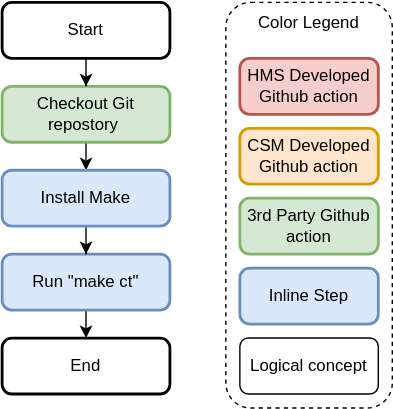
Earlier version of the draw.io export docs/run_ct_test/run_ct_tests_job.svg (Cray-HPE/hms-build-image-workflows). Source tidied: cells renumbered, new cells last; positions are measured from the earlier drawing's top-left corner, leaving out a move shared by most shapes.
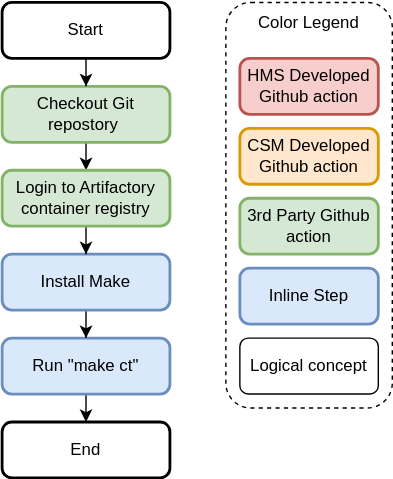
The same diagram one commit later.

Change to the diagram source:
```diff
@@ -2,55 +2,61 @@
   <root>
     <mxCell id="0" />
     <mxCell id="1" parent="0" />
-    <mxCell id="2" style="edgeStyle=orthogonalEdgeStyle;rounded=0;jettySize=auto;html=1;exitX=0.5;exitY=1;exitDx=0;exitDy=0;entryX=0.5;entryY=0;entryDx=0;entryDy=0;" parent="1" edge="1" source="3">
-      <mxGeometry relative="1" as="geometry">
-        <mxPoint x="60" y="120" as="targetPoint" />
-      </mxGeometry>
+    <mxCell id="2" style="rounded=1;whiteSpace=wrap;html=1;dashed=1;" parent="1" vertex="1">
+      <mxGeometry x="780" width="119" height="290" as="geometry" />
     </mxCell>
-    <mxCell id="3" value="&lt;span&gt;Checkout Git repostory&amp;nbsp;&lt;/span&gt;" style="rounded=1;whiteSpace=wrap;html=1;absoluteArcSize=1;arcSize=14;strokeWidth=2;fillColor=#d5e8d4;strokeColor=#82b366;" parent="1" vertex="1">
-      <mxGeometry y="60" width="120" height="40" as="geometry" />
+    <mxCell id="3" value="3rd Party Github action" style="rounded=1;whiteSpace=wrap;html=1;absoluteArcSize=1;arcSize=14;strokeWidth=2;fillColor=#d5e8d4;strokeColor=#82b366;" parent="1" vertex="1">
+      <mxGeometry x="790" y="140" width="99" height="40" as="geometry" />
     </mxCell>
-    <mxCell id="4" style="edgeStyle=orthogonalEdgeStyle;rounded=0;jettySize=auto;html=1;exitX=0.5;exitY=1;exitDx=0;exitDy=0;fontSize=11;" parent="1" edge="1" source="5" target="3">
-      <mxGeometry relative="1" as="geometry" />
+    <mxCell id="4" value="HMS Developed Github action" style="rounded=1;whiteSpace=wrap;html=1;absoluteArcSize=1;arcSize=14;strokeWidth=2;fillColor=#f8cecc;strokeColor=#b85450;" parent="1" vertex="1">
+      <mxGeometry x="790" y="40" width="99" height="40" as="geometry" />
     </mxCell>
-    <mxCell id="5" value="Start" style="rounded=1;whiteSpace=wrap;html=1;absoluteArcSize=1;arcSize=14;strokeWidth=2;" parent="1" vertex="1">
-      <mxGeometry width="120" height="40" as="geometry" />
+    <mxCell id="5" value="Inline Step" style="rounded=1;whiteSpace=wrap;html=1;absoluteArcSize=1;arcSize=14;strokeWidth=2;fillColor=#dae8fc;strokeColor=#6c8ebf;" parent="1" vertex="1">
+      <mxGeometry x="790" y="190" width="99" height="40" as="geometry" />
     </mxCell>
-    <mxCell id="6" style="edgeStyle=orthogonalEdgeStyle;rounded=0;jettySize=auto;html=1;exitX=0.5;exitY=1;exitDx=0;exitDy=0;entryX=0.5;entryY=0;entryDx=0;entryDy=0;" parent="1" edge="1" source="7" target="10">
-      <mxGeometry relative="1" as="geometry" />
+    <mxCell id="6" value="CSM Developed Github action" style="rounded=1;whiteSpace=wrap;html=1;absoluteArcSize=1;arcSize=14;strokeWidth=2;fillColor=#ffe6cc;strokeColor=#d79b00;" parent="1" vertex="1">
+      <mxGeometry x="790" y="90" width="99" height="40" as="geometry" />
     </mxCell>
-    <mxCell id="7" value="Run &quot;make ct&quot;" style="rounded=1;whiteSpace=wrap;html=1;absoluteArcSize=1;arcSize=14;strokeWidth=2;fillColor=#dae8fc;strokeColor=#6c8ebf;" parent="1" vertex="1">
-      <mxGeometry y="180" width="120" height="40" as="geometry" />
+    <mxCell id="7" value="Logical concept" style="rounded=1;whiteSpace=wrap;html=1;" parent="1" vertex="1">
+      <mxGeometry x="790" y="240" width="99" height="40" as="geometry" />
     </mxCell>
-    <mxCell id="8" style="edgeStyle=orthogonalEdgeStyle;rounded=0;jettySize=auto;html=1;exitX=0.5;exitY=1;exitDx=0;exitDy=0;" parent="1" edge="1" source="9" target="7">
-      <mxGeometry relative="1" as="geometry" />
+    <mxCell id="8" value="Color Legend" style="text;html=1;strokeColor=none;fillColor=none;align=center;verticalAlign=middle;whiteSpace=wrap;rounded=0;" parent="1" vertex="1">
+      <mxGeometry x="790" width="99" height="30" as="geometry" />
     </mxCell>
-    <mxCell id="9" value="Install Make" style="rounded=1;whiteSpace=wrap;html=1;absoluteArcSize=1;arcSize=14;strokeWidth=2;fillColor=#dae8fc;strokeColor=#6c8ebf;" parent="1" vertex="1">
-      <mxGeometry y="120" width="120" height="40" as="geometry" />
+    <mxCell id="9" style="edgeStyle=orthogonalEdgeStyle;rounded=0;jettySize=auto;html=1;exitX=0.5;exitY=1;exitDx=0;exitDy=0;entryX=0.5;entryY=0;entryDx=0;entryDy=0;" parent="1" edge="1" source="10">
+      <mxGeometry relative="1" as="geometry">
+        <mxPoint x="680" y="120" as="targetPoint" />
+      </mxGeometry>
     </mxCell>
-    <mxCell id="10" value="End" style="rounded=1;whiteSpace=wrap;html=1;absoluteArcSize=1;arcSize=14;strokeWidth=2;" parent="1" vertex="1">
-      <mxGeometry y="240" width="120" height="40" as="geometry" />
+    <mxCell id="10" value="&lt;span&gt;Checkout Git repostory&amp;nbsp;&lt;/span&gt;" style="rounded=1;whiteSpace=wrap;html=1;absoluteArcSize=1;arcSize=14;strokeWidth=2;fillColor=#d5e8d4;strokeColor=#82b366;" parent="1" vertex="1">
+      <mxGeometry x="620" y="60" width="120" height="40" as="geometry" />
     </mxCell>
-    <mxCell id="11" style="rounded=1;whiteSpace=wrap;html=1;dashed=1;" parent="1" vertex="1">
-      <mxGeometry x="160" width="119" height="290" as="geometry" />
+    <mxCell id="11" style="edgeStyle=orthogonalEdgeStyle;rounded=0;jettySize=auto;html=1;exitX=0.5;exitY=1;exitDx=0;exitDy=0;fontSize=11;" parent="1" edge="1" source="12" target="10">
+      <mxGeometry relative="1" as="geometry" />
     </mxCell>
-    <mxCell id="12" value="3rd Party Github action" style="rounded=1;whiteSpace=wrap;html=1;absoluteArcSize=1;arcSize=14;strokeWidth=2;fillColor=#d5e8d4;strokeColor=#82b366;" parent="1" vertex="1">
-      <mxGeometry x="170" y="140" width="99" height="40" as="geometry" />
+    <mxCell id="12" value="Start" style="rounded=1;whiteSpace=wrap;html=1;absoluteArcSize=1;arcSize=14;strokeWidth=2;" parent="1" vertex="1">
+      <mxGeometry x="620" width="120" height="40" as="geometry" />
     </mxCell>
-    <mxCell id="13" value="HMS Developed Github action" style="rounded=1;whiteSpace=wrap;html=1;absoluteArcSize=1;arcSize=14;strokeWidth=2;fillColor=#f8cecc;strokeColor=#b85450;" parent="1" vertex="1">
-      <mxGeometry x="170" y="40" width="99" height="40" as="geometry" />
+    <mxCell id="13" style="edgeStyle=orthogonalEdgeStyle;rounded=0;jettySize=auto;html=1;exitX=0.5;exitY=1;exitDx=0;exitDy=0;entryX=0.5;entryY=0;entryDx=0;entryDy=0;" parent="1" edge="1" source="14" target="17">
+      <mxGeometry relative="1" as="geometry" />
     </mxCell>
-    <mxCell id="14" value="Inline Step" style="rounded=1;whiteSpace=wrap;html=1;absoluteArcSize=1;arcSize=14;strokeWidth=2;fillColor=#dae8fc;strokeColor=#6c8ebf;" parent="1" vertex="1">
-      <mxGeometry x="170" y="190" width="99" height="40" as="geometry" />
+    <mxCell id="14" value="Run &quot;make ct&quot;" style="rounded=1;whiteSpace=wrap;html=1;absoluteArcSize=1;arcSize=14;strokeWidth=2;fillColor=#dae8fc;strokeColor=#6c8ebf;" parent="1" vertex="1">
+      <mxGeometry x="620" y="240" width="120" height="40" as="geometry" />
     </mxCell>
-    <mxCell id="15" value="CSM Developed Github action" style="rounded=1;whiteSpace=wrap;html=1;absoluteArcSize=1;arcSize=14;strokeWidth=2;fillColor=#ffe6cc;strokeColor=#d79b00;" parent="1" vertex="1">
-      <mxGeometry x="170" y="90" width="99" height="40" as="geometry" />
+    <mxCell id="15" style="edgeStyle=orthogonalEdgeStyle;rounded=0;jettySize=auto;html=1;exitX=0.5;exitY=1;exitDx=0;exitDy=0;" parent="1" edge="1" source="16" target="14">
+      <mxGeometry relative="1" as="geometry" />
     </mxCell>
-    <mxCell id="16" value="Logical concept" style="rounded=1;whiteSpace=wrap;html=1;" parent="1" vertex="1">
-      <mxGeometry x="170" y="240" width="99" height="40" as="geometry" />
+    <mxCell id="16" value="Install Make" style="rounded=1;whiteSpace=wrap;html=1;absoluteArcSize=1;arcSize=14;strokeWidth=2;fillColor=#dae8fc;strokeColor=#6c8ebf;" parent="1" vertex="1">
+      <mxGeometry x="620" y="180" width="120" height="40" as="geometry" />
     </mxCell>
-    <mxCell id="17" value="Color Legend" style="text;html=1;strokeColor=none;fillColor=none;align=center;verticalAlign=middle;whiteSpace=wrap;rounded=0;" parent="1" vertex="1">
-      <mxGeometry x="170" width="99" height="30" as="geometry" />
+    <mxCell id="17" value="End" style="rounded=1;whiteSpace=wrap;html=1;absoluteArcSize=1;arcSize=14;strokeWidth=2;" parent="1" vertex="1">
+      <mxGeometry x="620" y="300" width="120" height="40" as="geometry" />
     </mxCell>
+    <mxCell id="18" style="edgeStyle=orthogonalEdgeStyle;rounded=0;jettySize=auto;html=1;exitX=0.5;exitY=1;exitDx=0;exitDy=0;" parent="1" edge="1" source="19" target="16">
+      <mxGeometry relative="1" as="geometry" />
+    </mxCell>
+    <mxCell id="19" value="&lt;span&gt;Login to Artifactory container registry&lt;/span&gt;" style="rounded=1;whiteSpace=wrap;html=1;absoluteArcSize=1;arcSize=14;strokeWidth=2;fillColor=#d5e8d4;strokeColor=#82b366;" parent="1" vertex="1">
+      <mxGeometry x="620" y="120" width="120" height="40" as="geometry" />
+    </mxCell>
   </root>
 </mxGraphModel>
```
